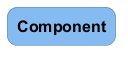
This is docs/architecture/diagrams/structurizr-Classes_default_container__basic_astro-key.png from chrislyons-dev/archlette, a PlantUML export, as it was before one commit. The source it was exported from:
```plantuml
@startuml
set separator none

skinparam {
  shadowing false
  arrowFontSize 15
  defaultTextAlignment center
  wrapWidth 100
  maxMessageSize 100
  defaultFontName "Arial"
}
hide stereotype

skinparam rectangle<<_transparent>> {
  BorderColor transparent
  BackgroundColor transparent
  FontColor transparent
}

skinparam rectangle<<1>> {
  BackgroundColor #85bbf0
  FontColor #000000
  BorderColor #5d82a8
  roundCorner 20
}
rectangle "==Component" <<1>>


@enduml
```
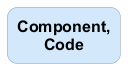
After the commit.

Change to the diagram source:
```diff
@@ -18,12 +18,12 @@
 }
 
 skinparam rectangle<<1>> {
-  BackgroundColor #85bbf0
+  BackgroundColor #d4e8fc
   FontColor #000000
-  BorderColor #5d82a8
+  BorderColor #94a2b0
   roundCorner 20
 }
-rectangle "==Component" <<1>>
+rectangle "==Component, Code" <<1>>
 
 
 @enduml
```
